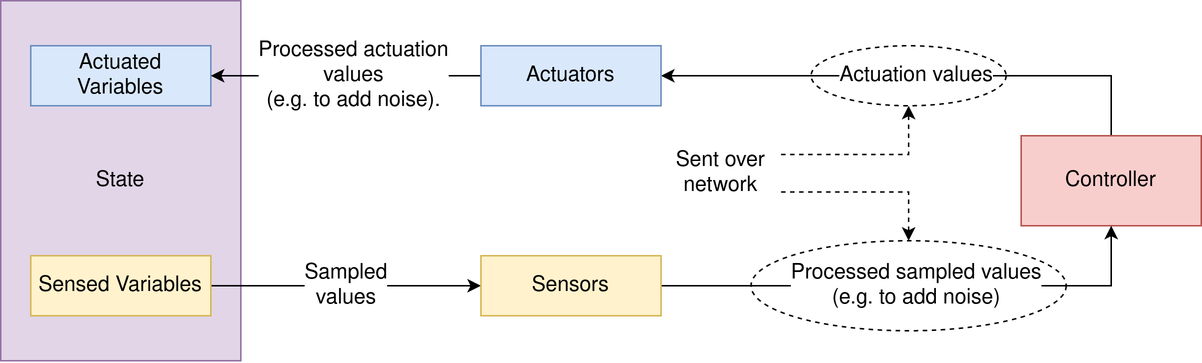
KTH-EXPECA/CLEAVE-EdgeSys22 keeps this draw.io diagram as images/CLEAVE_NCS_structure.png. Above is the earlier version. Source tidied: cells renumbered, new cells last; positions are measured from the earlier drawing's top-left corner, leaving out a move shared by most shapes. Its diagram source:
```xml
<mxGraphModel>
  <root>
    <mxCell id="0" />
    <mxCell id="1" parent="0" />
    <mxCell id="2" value="State" style="rounded=0;whiteSpace=wrap;html=1;fontSize=14;fillColor=#e1d5e7;strokeColor=#9673a6;" parent="1" vertex="1">
      <mxGeometry width="160" height="240" as="geometry" />
    </mxCell>
    <mxCell id="3" value="Actuation values" style="edgeStyle=orthogonalEdgeStyle;rounded=0;jettySize=auto;html=1;exitX=0.5;exitY=0;exitDx=0;exitDy=0;entryX=1;entryY=0.5;entryDx=0;entryDy=0;fontSize=14;" parent="1" edge="1" source="4" target="9">
      <mxGeometry relative="1" as="geometry" />
    </mxCell>
    <mxCell id="4" value="Controller" style="rounded=0;whiteSpace=wrap;html=1;fontSize=14;fillColor=#f8cecc;strokeColor=#b85450;" parent="1" vertex="1">
      <mxGeometry x="680" y="90" width="120" height="60" as="geometry" />
    </mxCell>
    <mxCell id="5" value="&lt;div style=&quot;font-size: 14px;&quot;&gt;Actuated&lt;/div&gt;&lt;div style=&quot;font-size: 14px;&quot;&gt;Variables&lt;/div&gt;" style="rounded=0;whiteSpace=wrap;html=1;fontSize=14;fillColor=#dae8fc;strokeColor=#6c8ebf;" parent="1" vertex="1">
      <mxGeometry x="20" y="30" width="120" height="40" as="geometry" />
    </mxCell>
    <mxCell id="6" value="&lt;div style=&quot;font-size: 14px;&quot;&gt;Sampled&lt;/div&gt;&lt;div style=&quot;font-size: 14px;&quot;&gt;values&lt;/div&gt;" style="edgeStyle=orthogonalEdgeStyle;rounded=0;jettySize=auto;html=1;exitX=1;exitY=0.5;exitDx=0;exitDy=0;entryX=0;entryY=0.5;entryDx=0;entryDy=0;fontSize=14;" parent="1" edge="1" source="7" target="11">
      <mxGeometry relative="1" as="geometry" />
    </mxCell>
    <mxCell id="7" value="Sensed Variables" style="rounded=0;whiteSpace=wrap;html=1;fontSize=14;fillColor=#fff2cc;strokeColor=#d6b656;" parent="1" vertex="1">
      <mxGeometry x="20" y="170" width="120" height="40" as="geometry" />
    </mxCell>
    <mxCell id="8" value="&lt;div style=&quot;font-size: 14px;&quot;&gt;Processed actuation&lt;/div&gt;&lt;div style=&quot;font-size: 14px;&quot;&gt;values&lt;/div&gt;&lt;div style=&quot;font-size: 14px;&quot;&gt;(e.g. to add noise).&lt;/div&gt;" style="edgeStyle=orthogonalEdgeStyle;rounded=0;jettySize=auto;html=1;exitX=0;exitY=0.5;exitDx=0;exitDy=0;fontSize=14;" parent="1" edge="1" source="9" target="5">
      <mxGeometry x="-0.06" relative="1" as="geometry" />
    </mxCell>
    <mxCell id="9" value="Actuators" style="rounded=0;whiteSpace=wrap;html=1;fontSize=14;fillColor=#dae8fc;strokeColor=#6c8ebf;" parent="1" vertex="1">
      <mxGeometry x="320" y="30" width="120" height="40" as="geometry" />
    </mxCell>
    <mxCell id="10" value="&lt;div style=&quot;font-size: 14px;&quot;&gt;Processed sampled values&lt;/div&gt;&lt;div style=&quot;font-size: 14px;&quot;&gt;(e.g. to add noise)&lt;br style=&quot;font-size: 14px;&quot;&gt;&lt;/div&gt;" style="edgeStyle=orthogonalEdgeStyle;rounded=0;jettySize=auto;html=1;exitX=1;exitY=0.5;exitDx=0;exitDy=0;entryX=0.5;entryY=1;entryDx=0;entryDy=0;fontSize=14;" parent="1" edge="1" source="11" target="4">
      <mxGeometry relative="1" as="geometry" />
    </mxCell>
    <mxCell id="11" value="Sensors" style="rounded=0;whiteSpace=wrap;html=1;fontSize=14;fillColor=#fff2cc;strokeColor=#d6b656;" parent="1" vertex="1">
      <mxGeometry x="320" y="170" width="120" height="40" as="geometry" />
    </mxCell>
    <mxCell id="12" style="edgeStyle=orthogonalEdgeStyle;rounded=0;jettySize=auto;html=1;exitX=1;exitY=0.25;exitDx=0;exitDy=0;entryX=0.5;entryY=1;entryDx=0;entryDy=0;dashed=1;fontSize=14;" parent="1" edge="1" source="14" target="15">
      <mxGeometry relative="1" as="geometry" />
    </mxCell>
    <mxCell id="13" style="edgeStyle=orthogonalEdgeStyle;rounded=0;jettySize=auto;html=1;exitX=1;exitY=0.75;exitDx=0;exitDy=0;entryX=0.5;entryY=0;entryDx=0;entryDy=0;dashed=1;fontSize=14;" parent="1" edge="1" source="14" target="16">
      <mxGeometry relative="1" as="geometry" />
    </mxCell>
    <mxCell id="14" value="Sent over network" style="text;html=1;strokeColor=none;fillColor=none;align=center;verticalAlign=middle;whiteSpace=wrap;rounded=0;fontSize=14;" parent="1" vertex="1">
      <mxGeometry x="440" y="90" width="80" height="50" as="geometry" />
    </mxCell>
    <mxCell id="15" style="ellipse;whiteSpace=wrap;html=1;fontSize=14;fillColor=none;dashed=1;" parent="1" vertex="1">
      <mxGeometry x="540" y="30" width="130" height="40" as="geometry" />
    </mxCell>
    <mxCell id="16" style="ellipse;whiteSpace=wrap;html=1;fontSize=14;fillColor=none;dashed=1;" parent="1" vertex="1">
      <mxGeometry x="500" y="160" width="210" height="60" as="geometry" />
    </mxCell>
  </root>
</mxGraphModel>
```
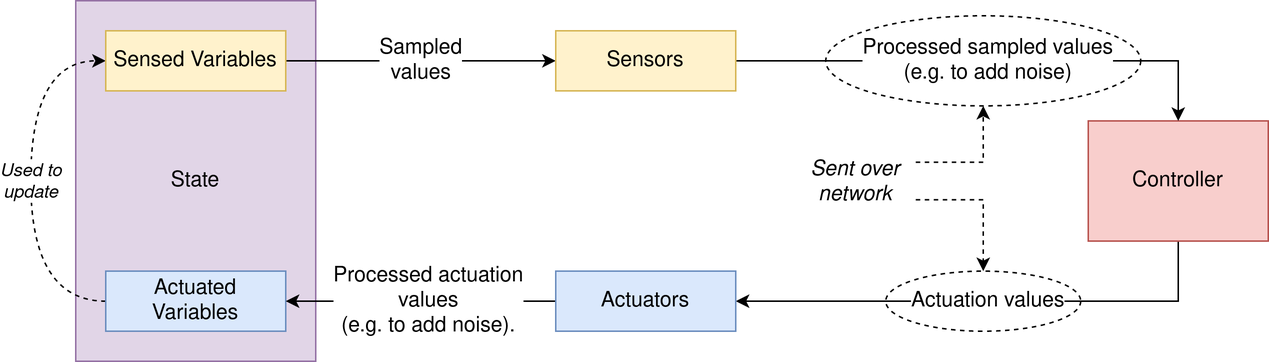
The same diagram one commit later.

What changed in the source:
```diff
@@ -3,49 +3,57 @@
     <mxCell id="0" />
     <mxCell id="1" parent="0" />
     <mxCell id="2" value="State" style="rounded=0;whiteSpace=wrap;html=1;fontSize=14;fillColor=#e1d5e7;strokeColor=#9673a6;" parent="1" vertex="1">
-      <mxGeometry width="160" height="240" as="geometry" />
+      <mxGeometry y="-160" width="160" height="240" as="geometry" />
     </mxCell>
-    <mxCell id="3" value="Actuation values" style="edgeStyle=orthogonalEdgeStyle;rounded=0;jettySize=auto;html=1;exitX=0.5;exitY=0;exitDx=0;exitDy=0;entryX=1;entryY=0.5;entryDx=0;entryDy=0;fontSize=14;" parent="1" edge="1" source="4" target="9">
+    <mxCell id="3" value="Actuation values" style="edgeStyle=orthogonalEdgeStyle;rounded=0;jettySize=auto;html=1;exitX=0.5;exitY=1;exitDx=0;exitDy=0;entryX=1;entryY=0.5;entryDx=0;entryDy=0;fontSize=14;" parent="1" edge="1" source="4" target="10">
       <mxGeometry relative="1" as="geometry" />
     </mxCell>
     <mxCell id="4" value="Controller" style="rounded=0;whiteSpace=wrap;html=1;fontSize=14;fillColor=#f8cecc;strokeColor=#b85450;" parent="1" vertex="1">
-      <mxGeometry x="680" y="90" width="120" height="60" as="geometry" />
+      <mxGeometry x="675" y="-80" width="120" height="80" as="geometry" />
     </mxCell>
-    <mxCell id="5" value="&lt;div style=&quot;font-size: 14px;&quot;&gt;Actuated&lt;/div&gt;&lt;div style=&quot;font-size: 14px;&quot;&gt;Variables&lt;/div&gt;" style="rounded=0;whiteSpace=wrap;html=1;fontSize=14;fillColor=#dae8fc;strokeColor=#6c8ebf;" parent="1" vertex="1">
-      <mxGeometry x="20" y="30" width="120" height="40" as="geometry" />
+    <mxCell id="5" value="&lt;div&gt;Used to&lt;/div&gt;&lt;div&gt;update&lt;/div&gt;" style="edgeStyle=orthogonalEdgeStyle;rounded=0;jettySize=auto;html=1;exitX=0;exitY=0.5;exitDx=0;exitDy=0;entryX=0;entryY=0.5;entryDx=0;entryDy=0;dashed=1;curved=1;fontStyle=2;" parent="1" edge="1" source="6" target="8">
+      <mxGeometry relative="1" as="geometry">
+        <Array as="points">
+          <mxPoint x="-30" y="40" />
+          <mxPoint x="-30" y="-120" />
+        </Array>
+      </mxGeometry>
     </mxCell>
-    <mxCell id="6" value="&lt;div style=&quot;font-size: 14px;&quot;&gt;Sampled&lt;/div&gt;&lt;div style=&quot;font-size: 14px;&quot;&gt;values&lt;/div&gt;" style="edgeStyle=orthogonalEdgeStyle;rounded=0;jettySize=auto;html=1;exitX=1;exitY=0.5;exitDx=0;exitDy=0;entryX=0;entryY=0.5;entryDx=0;entryDy=0;fontSize=14;" parent="1" edge="1" source="7" target="11">
-      <mxGeometry relative="1" as="geometry" />
+    <mxCell id="6" value="&lt;div style=&quot;font-size: 14px;&quot;&gt;Actuated&lt;/div&gt;&lt;div style=&quot;font-size: 14px;&quot;&gt;Variables&lt;/div&gt;" style="rounded=0;whiteSpace=wrap;html=1;fontSize=14;fillColor=#dae8fc;strokeColor=#6c8ebf;" parent="1" vertex="1">
+      <mxGeometry x="20" y="20" width="120" height="40" as="geometry" />
     </mxCell>
-    <mxCell id="7" value="Sensed Variables" style="rounded=0;whiteSpace=wrap;html=1;fontSize=14;fillColor=#fff2cc;strokeColor=#d6b656;" parent="1" vertex="1">
-      <mxGeometry x="20" y="170" width="120" height="40" as="geometry" />
+    <mxCell id="7" value="&lt;div style=&quot;font-size: 14px;&quot;&gt;Sampled&lt;/div&gt;&lt;div style=&quot;font-size: 14px;&quot;&gt;values&lt;/div&gt;" style="edgeStyle=orthogonalEdgeStyle;rounded=0;jettySize=auto;html=1;exitX=1;exitY=0.5;exitDx=0;exitDy=0;entryX=0;entryY=0.5;entryDx=0;entryDy=0;fontSize=14;" parent="1" edge="1" source="8" target="12">
+      <mxGeometry relative="1" as="geometry" />
     </mxCell>
-    <mxCell id="8" value="&lt;div style=&quot;font-size: 14px;&quot;&gt;Processed actuation&lt;/div&gt;&lt;div style=&quot;font-size: 14px;&quot;&gt;values&lt;/div&gt;&lt;div style=&quot;font-size: 14px;&quot;&gt;(e.g. to add noise).&lt;/div&gt;" style="edgeStyle=orthogonalEdgeStyle;rounded=0;jettySize=auto;html=1;exitX=0;exitY=0.5;exitDx=0;exitDy=0;fontSize=14;" parent="1" edge="1" source="9" target="5">
-      <mxGeometry x="-0.06" relative="1" as="geometry" />
+    <mxCell id="8" value="Sensed Variables" style="rounded=0;whiteSpace=wrap;html=1;fontSize=14;fillColor=#fff2cc;strokeColor=#d6b656;" parent="1" vertex="1">
+      <mxGeometry x="20" y="-140" width="120" height="40" as="geometry" />
     </mxCell>
-    <mxCell id="9" value="Actuators" style="rounded=0;whiteSpace=wrap;html=1;fontSize=14;fillColor=#dae8fc;strokeColor=#6c8ebf;" parent="1" vertex="1">
-      <mxGeometry x="320" y="30" width="120" height="40" as="geometry" />
+    <mxCell id="9" value="&lt;div style=&quot;font-size: 14px;&quot;&gt;Processed actuation&lt;/div&gt;&lt;div style=&quot;font-size: 14px;&quot;&gt;values&lt;/div&gt;&lt;div style=&quot;font-size: 14px;&quot;&gt;(e.g. to add noise).&lt;/div&gt;" style="edgeStyle=orthogonalEdgeStyle;rounded=0;jettySize=auto;html=1;exitX=0;exitY=0.5;exitDx=0;exitDy=0;fontSize=14;" parent="1" edge="1" source="10" target="6">
+      <mxGeometry x="-0.06" relative="1" as="geometry" />
     </mxCell>
-    <mxCell id="10" value="&lt;div style=&quot;font-size: 14px;&quot;&gt;Processed sampled values&lt;/div&gt;&lt;div style=&quot;font-size: 14px;&quot;&gt;(e.g. to add noise)&lt;br style=&quot;font-size: 14px;&quot;&gt;&lt;/div&gt;" style="edgeStyle=orthogonalEdgeStyle;rounded=0;jettySize=auto;html=1;exitX=1;exitY=0.5;exitDx=0;exitDy=0;entryX=0.5;entryY=1;entryDx=0;entryDy=0;fontSize=14;" parent="1" edge="1" source="11" target="4">
-      <mxGeometry relative="1" as="geometry" />
+    <mxCell id="10" value="Actuators" style="rounded=0;whiteSpace=wrap;html=1;fontSize=14;fillColor=#dae8fc;strokeColor=#6c8ebf;" parent="1" vertex="1">
+      <mxGeometry x="320" y="20" width="120" height="40" as="geometry" />
     </mxCell>
-    <mxCell id="11" value="Sensors" style="rounded=0;whiteSpace=wrap;html=1;fontSize=14;fillColor=#fff2cc;strokeColor=#d6b656;" parent="1" vertex="1">
-      <mxGeometry x="320" y="170" width="120" height="40" as="geometry" />
+    <mxCell id="11" value="&lt;div style=&quot;font-size: 14px;&quot;&gt;Processed sampled values&lt;/div&gt;&lt;div style=&quot;font-size: 14px;&quot;&gt;(e.g. to add noise)&lt;br style=&quot;font-size: 14px;&quot;&gt;&lt;/div&gt;" style="edgeStyle=orthogonalEdgeStyle;rounded=0;jettySize=auto;html=1;exitX=1;exitY=0.5;exitDx=0;exitDy=0;fontSize=14;" parent="1" edge="1" source="12" target="4">
+      <mxGeometry relative="1" as="geometry" />
     </mxCell>
-    <mxCell id="12" style="edgeStyle=orthogonalEdgeStyle;rounded=0;jettySize=auto;html=1;exitX=1;exitY=0.25;exitDx=0;exitDy=0;entryX=0.5;entryY=1;entryDx=0;entryDy=0;dashed=1;fontSize=14;" parent="1" edge="1" source="14" target="15">
-      <mxGeometry relative="1" as="geometry" />
+    <mxCell id="12" value="Sensors" style="rounded=0;whiteSpace=wrap;html=1;fontSize=14;fillColor=#fff2cc;strokeColor=#d6b656;" parent="1" vertex="1">
+      <mxGeometry x="320" y="-140" width="120" height="40" as="geometry" />
     </mxCell>
-    <mxCell id="13" style="edgeStyle=orthogonalEdgeStyle;rounded=0;jettySize=auto;html=1;exitX=1;exitY=0.75;exitDx=0;exitDy=0;entryX=0.5;entryY=0;entryDx=0;entryDy=0;dashed=1;fontSize=14;" parent="1" edge="1" source="14" target="16">
+    <mxCell id="13" style="edgeStyle=orthogonalEdgeStyle;rounded=0;jettySize=auto;html=1;exitX=1;exitY=0.25;exitDx=0;exitDy=0;entryX=0.5;entryY=1;entryDx=0;entryDy=0;dashed=1;" parent="1" edge="1" source="15" target="17">
       <mxGeometry relative="1" as="geometry" />
     </mxCell>
-    <mxCell id="14" value="Sent over network" style="text;html=1;strokeColor=none;fillColor=none;align=center;verticalAlign=middle;whiteSpace=wrap;rounded=0;fontSize=14;" parent="1" vertex="1">
-      <mxGeometry x="440" y="90" width="80" height="50" as="geometry" />
+    <mxCell id="14" style="edgeStyle=orthogonalEdgeStyle;rounded=0;jettySize=auto;html=1;exitX=1;exitY=0.75;exitDx=0;exitDy=0;dashed=1;" parent="1" edge="1" source="15" target="16">
+      <mxGeometry relative="1" as="geometry" />
     </mxCell>
-    <mxCell id="15" style="ellipse;whiteSpace=wrap;html=1;fontSize=14;fillColor=none;dashed=1;" parent="1" vertex="1">
-      <mxGeometry x="540" y="30" width="130" height="40" as="geometry" />
+    <mxCell id="15" value="Sent over network" style="text;html=1;strokeColor=none;fillColor=none;align=center;verticalAlign=middle;whiteSpace=wrap;rounded=0;fontSize=14;fontStyle=2;" parent="1" vertex="1">
+      <mxGeometry x="480" y="-65" width="80" height="50" as="geometry" />
     </mxCell>
     <mxCell id="16" style="ellipse;whiteSpace=wrap;html=1;fontSize=14;fillColor=none;dashed=1;" parent="1" vertex="1">
-      <mxGeometry x="500" y="160" width="210" height="60" as="geometry" />
+      <mxGeometry x="540" y="20" width="130" height="40" as="geometry" />
     </mxCell>
+    <mxCell id="17" style="ellipse;whiteSpace=wrap;html=1;fontSize=14;fillColor=none;dashed=1;" parent="1" vertex="1">
+      <mxGeometry x="500" y="-150" width="210" height="60" as="geometry" />
+    </mxCell>
   </root>
 </mxGraphModel>
```
